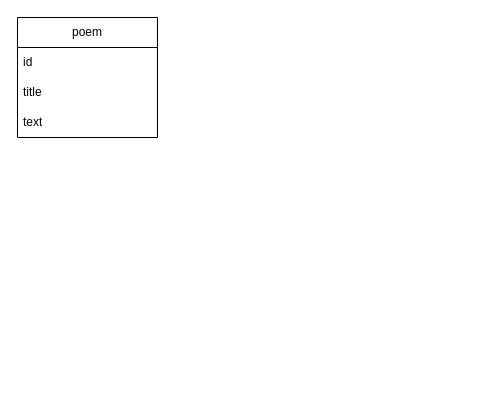
This is Diagrama sin título.drawio from 1gnale/POOP-ts, a draw.io file, before an edit. Source tidied: cells renumbered, new cells numbered last; positions are measured from the earlier drawing's top-left corner, leaving out a move shared by most shapes. Both pictures are drawn from the tidied source at 100%, with x=0, y=0 at pixel (17, 17).
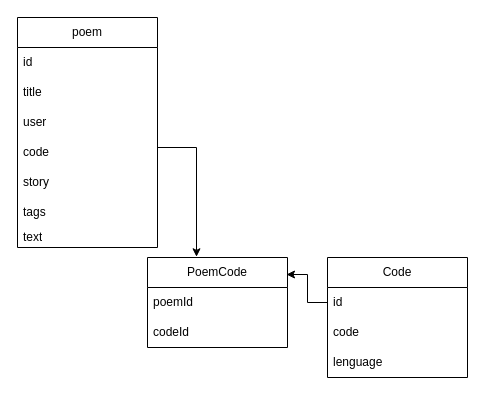
The same page after the edit.

Change to the diagram source:
```diff
@@
     <mxCell id="2" value="poem" style="swimlane;fontStyle=0;horizontal=1;startSize=30;whiteSpace=wrap;html=1;" parent="1" vertex="1">
-      <mxGeometry width="140" height="120" as="geometry" />
+      <mxGeometry width="140" height="230" as="geometry" />
     </mxCell>
@@
+    <mxCell id="6" value="user" style="text;strokeColor=none;fillColor=none;align=left;verticalAlign=middle;spacingLeft=4;spacingRight=4;overflow=hidden;whiteSpace=wrap;html=1;" parent="2" vertex="1">
+      <mxGeometry y="90" width="140" height="30" as="geometry" />
+    </mxCell>
+    <mxCell id="7" value="code" style="text;strokeColor=none;fillColor=none;align=left;verticalAlign=middle;spacingLeft=4;spacingRight=4;overflow=hidden;whiteSpace=wrap;html=1;" parent="2" vertex="1">
+      <mxGeometry y="120" width="140" height="30" as="geometry" />
+    </mxCell>
+    <mxCell id="8" value="story" style="text;strokeColor=none;fillColor=none;align=left;verticalAlign=middle;spacingLeft=4;spacingRight=4;overflow=hidden;points=[[0,0.5],[1,0.5]];portConstraint=eastwest;whiteSpace=wrap;html=1;" parent="2" vertex="1">
+      <mxGeometry y="150" width="140" height="30" as="geometry" />
+    </mxCell>
+    <mxCell id="9" value="tags" style="text;strokeColor=none;fillColor=none;align=left;verticalAlign=middle;spacingLeft=4;spacingRight=4;overflow=hidden;whiteSpace=wrap;html=1;" parent="2" vertex="1">
+      <mxGeometry y="180" width="140" height="30" as="geometry" />
+    </mxCell>
     <mxCell id="5" value="text" style="text;strokeColor=none;fillColor=none;align=left;verticalAlign=middle;spacingLeft=4;spacingRight=4;overflow=hidden;whiteSpace=wrap;html=1;" parent="2" vertex="1">
-      <mxGeometry y="90" width="140" height="30" as="geometry" />
+      <mxGeometry y="210" width="140" height="20" as="geometry" />
     </mxCell>
+    <mxCell id="10" value="Code" style="swimlane;fontStyle=0;horizontal=1;startSize=30;whiteSpace=wrap;html=1;" parent="1" vertex="1">
+      <mxGeometry x="310" y="240" width="140" height="120" as="geometry" />
+    </mxCell>
+    <mxCell id="11" value="id" style="text;strokeColor=none;fillColor=none;align=left;verticalAlign=middle;spacingLeft=4;spacingRight=4;overflow=hidden;points=[[0,0.5],[1,0.5]];portConstraint=eastwest;whiteSpace=wrap;html=1;" parent="10" vertex="1">
+      <mxGeometry y="30" width="140" height="30" as="geometry" />
+    </mxCell>
+    <mxCell id="12" value="code" style="text;strokeColor=none;fillColor=none;align=left;verticalAlign=middle;spacingLeft=4;spacingRight=4;overflow=hidden;whiteSpace=wrap;html=1;" parent="10" vertex="1">
+      <mxGeometry y="60" width="140" height="30" as="geometry" />
+    </mxCell>
+    <mxCell id="13" value="lenguage" style="text;strokeColor=none;fillColor=none;align=left;verticalAlign=middle;spacingLeft=4;spacingRight=4;overflow=hidden;whiteSpace=wrap;html=1;" parent="10" vertex="1">
+      <mxGeometry y="90" width="140" height="30" as="geometry" />
+    </mxCell>
+    <mxCell id="14" value="PoemCode" style="swimlane;fontStyle=0;horizontal=1;startSize=30;whiteSpace=wrap;html=1;" parent="1" vertex="1">
+      <mxGeometry x="130" y="240" width="140" height="90" as="geometry" />
+    </mxCell>
+    <mxCell id="15" value="poemId" style="text;strokeColor=none;fillColor=none;align=left;verticalAlign=middle;spacingLeft=4;spacingRight=4;overflow=hidden;whiteSpace=wrap;html=1;" parent="14" vertex="1">
+      <mxGeometry y="30" width="140" height="30" as="geometry" />
+    </mxCell>
+    <mxCell id="16" value="codeId" style="text;strokeColor=none;fillColor=none;align=left;verticalAlign=middle;spacingLeft=4;spacingRight=4;overflow=hidden;whiteSpace=wrap;html=1;" parent="14" vertex="1">
+      <mxGeometry y="60" width="140" height="30" as="geometry" />
+    </mxCell>
+    <mxCell id="17" style="edgeStyle=orthogonalEdgeStyle;rounded=0;jettySize=auto;html=1;exitX=1;exitY=0.5;exitDx=0;exitDy=0;entryX=0.35;entryY=-0.008;entryDx=0;entryDy=0;entryPerimeter=0;" parent="1" edge="1" source="8" target="14">
+      <mxGeometry relative="1" as="geometry">
+        <Array as="points">
+          <mxPoint x="140" y="130" />
+          <mxPoint x="179" y="130" />
+        </Array>
+      </mxGeometry>
+    </mxCell>
+    <mxCell id="18" style="edgeStyle=orthogonalEdgeStyle;rounded=0;jettySize=auto;html=1;entryX=0.993;entryY=0.189;entryDx=0;entryDy=0;entryPerimeter=0;" parent="1" edge="1" source="11" target="14">
+      <mxGeometry relative="1" as="geometry" />
+    </mxCell>
```
